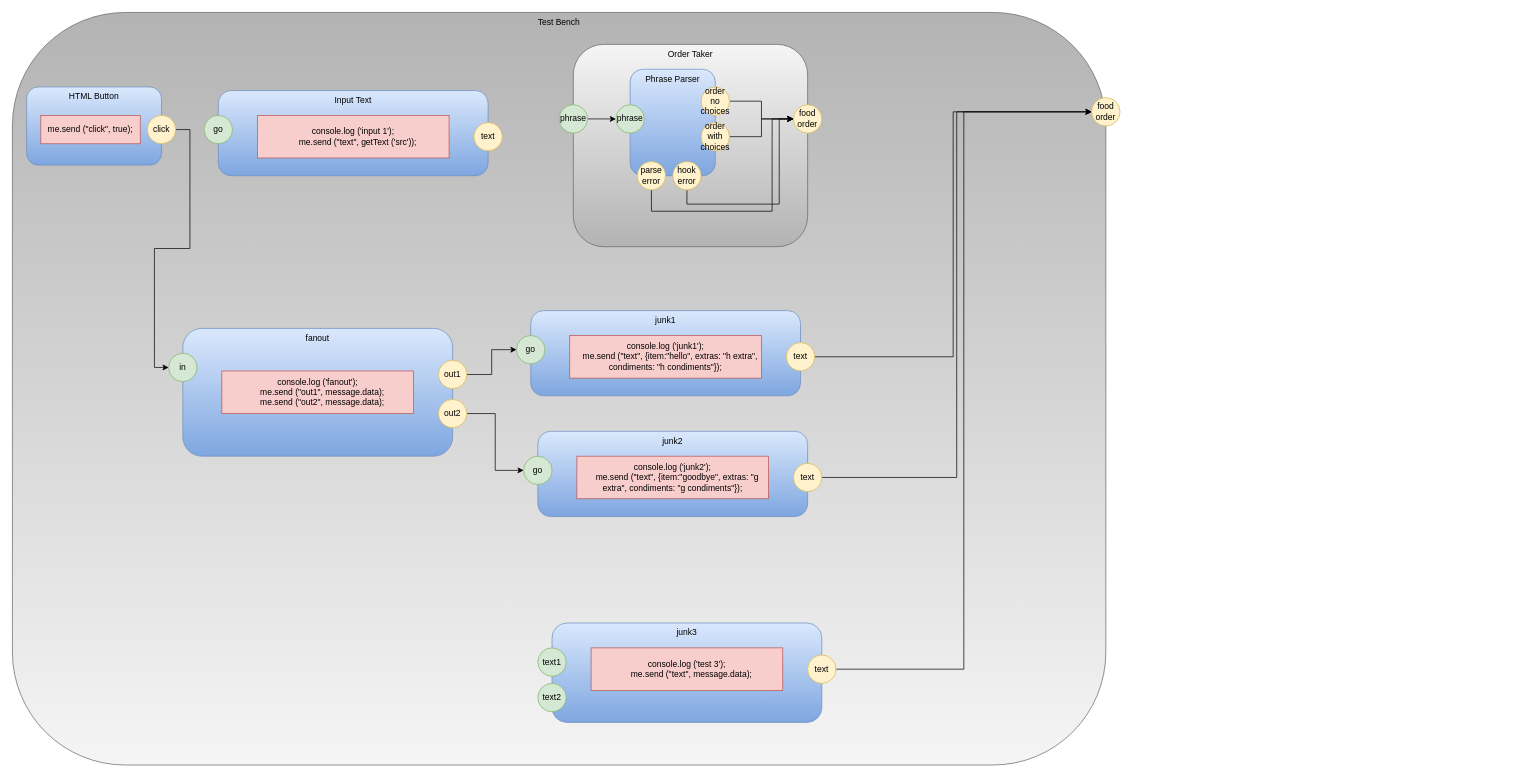
This is testbench.drawio from guitarvydas/hamburgerworkbenchD0D, a draw.io file, before an edit. Source tidied: cells renumbered, new cells numbered last; positions are measured from the earlier drawing's top-left corner, leaving out a move shared by most shapes. Both pictures are drawn from the tidied source at 71%, with x=0, y=0 at pixel (12, 12).
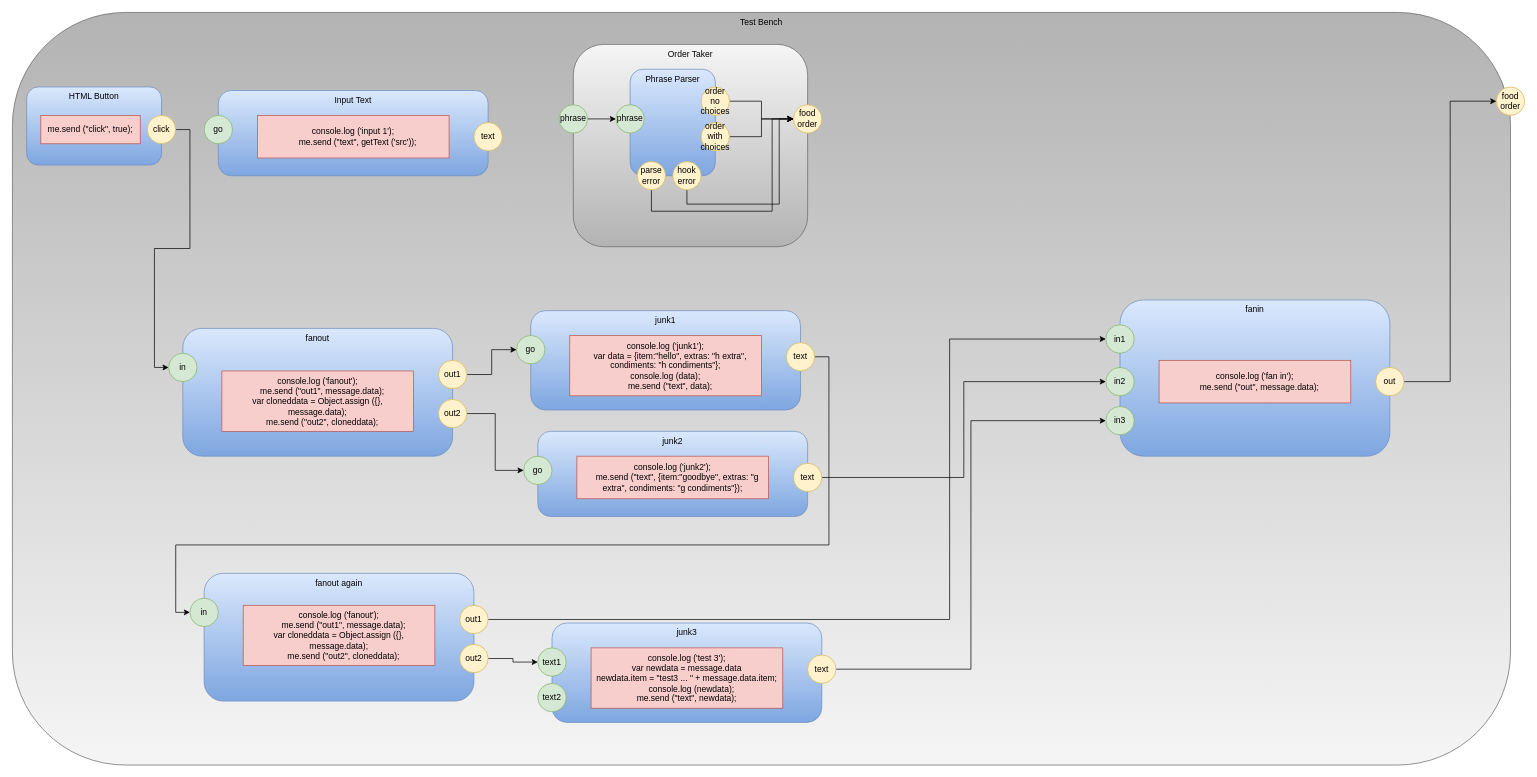
Above is the later version.

Commit message (it also covers changes not shown here):
fanin part x3

Unchanged cells that the change refers to:
```xml
<mxCell id="28" value="text" style="ellipse;whiteSpace=wrap;html=1;fillColor=#fff2cc;strokeColor=#d6b656;" parent="1" vertex="1">
  <mxGeometry x="1090" y="465" width="40" height="40" as="geometry" />
</mxCell>
<mxCell id="33" value="text" style="ellipse;whiteSpace=wrap;html=1;fillColor=#fff2cc;strokeColor=#d6b656;" parent="1" vertex="1">
  <mxGeometry x="1100" y="635" width="40" height="40" as="geometry" />
</mxCell>
<mxCell id="38" value="text" style="ellipse;whiteSpace=wrap;html=1;fillColor=#fff2cc;strokeColor=#d6b656;" parent="1" vertex="1">
  <mxGeometry x="1120" y="905" width="40" height="40" as="geometry" />
</mxCell>
<mxCell id="39" value="text1" style="ellipse;whiteSpace=wrap;html=1;fillColor=#d5e8d4;strokeColor=#82b366;" parent="1" vertex="1">
  <mxGeometry x="740" y="895" width="40" height="40" as="geometry" />
</mxCell>
```

Diff of the diagram source:
```diff
@@
     <mxCell id="2" value="Test Bench" style="rounded=1;whiteSpace=wrap;html=1;horizontal=1;verticalAlign=top;gradientColor=#b3b3b3;fillColor=#f5f5f5;strokeColor=#666666;gradientDirection=north;" parent="1" vertex="1">
-      <mxGeometry width="1540" height="1060" as="geometry" />
+      <mxGeometry width="2110" height="1060" as="geometry" />
     </mxCell>
@@
     <mxCell id="13" value="food order" style="ellipse;whiteSpace=wrap;html=1;fillColor=#fff2cc;strokeColor=#d6b656;" parent="1" vertex="1">
-      <mxGeometry x="1520" y="120" width="40" height="40" as="geometry" />
+      <mxGeometry x="2090" y="105" width="40" height="40" as="geometry" />
     </mxCell>
@@
     <mxCell id="26" value="junk1" style="rounded=1;whiteSpace=wrap;html=1;fillColor=#dae8fc;strokeColor=#6c8ebf;gradientColor=#7ea6e0;verticalAlign=top;" parent="1" vertex="1">
-      <mxGeometry x="730" y="420" width="380" height="120" as="geometry" />
+      <mxGeometry x="730" y="420" width="380" height="140" as="geometry" />
     </mxCell>
-    <mxCell id="27" style="edgeStyle=orthogonalEdgeStyle;rounded=0;jettySize=auto;html=1;exitX=1;exitY=0.5;exitDx=0;exitDy=0;entryX=0;entryY=0.5;entryDx=0;entryDy=0;" parent="1" edge="1" source="28" target="13">
-      <mxGeometry relative="1" as="geometry" />
-    </mxCell>
+    <mxCell id="49" style="edgeStyle=orthogonalEdgeStyle;rounded=0;jettySize=auto;html=1;exitX=1;exitY=0.5;exitDx=0;exitDy=0;entryX=0;entryY=0.5;entryDx=0;entryDy=0;" parent="1" edge="1" source="28" target="55">
+      <mxGeometry relative="1" as="geometry">
+        <Array as="points">
+          <mxPoint x="1150" y="485" />
+          <mxPoint x="1150" y="750" />
+          <mxPoint x="230" y="750" />
+          <mxPoint x="230" y="845" />
+        </Array>
+      </mxGeometry>
+    </mxCell>
@@
-    <mxCell id="30" value="&lt;div&gt;console.log ('junk1');&lt;/div&gt;&lt;div&gt;&amp;nbsp; &amp;nbsp; me.send (&quot;text&quot;, {item:&quot;hello&quot;, extras: &quot;h extra&quot;, condiments: &quot;h condiments&quot;});&lt;/div&gt;" style="rounded=0;whiteSpace=wrap;html=1;fillColor=#f8cecc;strokeColor=#b85450;" parent="1" vertex="1">
-      <mxGeometry x="785" y="455" width="270" height="60" as="geometry" />
+    <mxCell id="30" value="&lt;div&gt;console.log ('junk1');&lt;/div&gt;&lt;div&gt;&amp;nbsp; &amp;nbsp; var data = {item:&quot;hello&quot;, extras: &quot;h extra&quot;, condiments: &quot;h condiments&quot;};&lt;br&gt;&lt;/div&gt;&lt;div&gt;console.log (data);&lt;/div&gt;&amp;nbsp; &amp;nbsp; me.send (&quot;text&quot;, data);" style="rounded=0;whiteSpace=wrap;html=1;fillColor=#f8cecc;strokeColor=#b85450;" parent="1" vertex="1">
+      <mxGeometry x="785" y="455" width="270" height="85" as="geometry" />
     </mxCell>
@@
-    <mxCell id="32" style="edgeStyle=orthogonalEdgeStyle;rounded=0;jettySize=auto;html=1;exitX=1;exitY=0.5;exitDx=0;exitDy=0;entryX=0;entryY=0.5;entryDx=0;entryDy=0;" parent="1" edge="1" source="33" target="13">
-      <mxGeometry relative="1" as="geometry" />
-    </mxCell>
+    <mxCell id="50" style="edgeStyle=orthogonalEdgeStyle;rounded=0;jettySize=auto;html=1;exitX=1;exitY=0.5;exitDx=0;exitDy=0;entryX=0;entryY=0.5;entryDx=0;entryDy=0;" parent="1" edge="1" source="33" target="63">
+      <mxGeometry relative="1" as="geometry" />
+    </mxCell>
@@
-    <mxCell id="37" style="edgeStyle=orthogonalEdgeStyle;rounded=0;jettySize=auto;html=1;exitX=1;exitY=0.5;exitDx=0;exitDy=0;entryX=0;entryY=0.5;entryDx=0;entryDy=0;" parent="1" edge="1" source="38" target="13">
-      <mxGeometry relative="1" as="geometry" />
-    </mxCell>
+    <mxCell id="51" style="edgeStyle=orthogonalEdgeStyle;rounded=0;jettySize=auto;html=1;exitX=1;exitY=0.5;exitDx=0;exitDy=0;entryX=0;entryY=0.5;entryDx=0;entryDy=0;" parent="1" edge="1" source="38" target="64">
+      <mxGeometry relative="1" as="geometry" />
+    </mxCell>
@@
-    <mxCell id="40" value="&lt;div&gt;console.log ('test 3');&lt;/div&gt;&lt;div&gt;&amp;nbsp; &amp;nbsp; me.send (&quot;text&quot;, message.data);&lt;/div&gt;" style="rounded=0;whiteSpace=wrap;html=1;fillColor=#f8cecc;strokeColor=#b85450;" parent="1" vertex="1">
-      <mxGeometry x="815" y="895" width="270" height="60" as="geometry" />
+    <mxCell id="40" value="&lt;div&gt;console.log ('test 3');&lt;/div&gt;&lt;div&gt;var newdata = message.data&lt;/div&gt;&lt;div&gt;newdata.item = &quot;test3 ... &quot; + message.data.item;&lt;/div&gt;&lt;div&gt;&amp;nbsp; &amp;nbsp; console.log (newdata);&lt;/div&gt;&lt;div&gt;me.send (&quot;text&quot;, newdata);&lt;/div&gt;" style="rounded=0;whiteSpace=wrap;html=1;fillColor=#f8cecc;strokeColor=#b85450;" parent="1" vertex="1">
+      <mxGeometry x="815" y="895" width="270" height="85" as="geometry" />
     </mxCell>
@@
-    <mxCell id="46" value="&lt;div&gt;console.log ('fanout');&lt;/div&gt;&lt;div&gt;&amp;nbsp; &amp;nbsp; me.send (&quot;out1&quot;, message.data);&lt;br&gt;&lt;/div&gt;&lt;div&gt;&amp;nbsp; &amp;nbsp; me.send (&quot;out2&quot;, message.data);&lt;br&gt;&lt;/div&gt;" style="rounded=0;whiteSpace=wrap;html=1;fillColor=#f8cecc;strokeColor=#b85450;" parent="1" vertex="1">
-      <mxGeometry x="295" y="505" width="270" height="60" as="geometry" />
+    <mxCell id="46" value="&lt;div&gt;console.log ('fanout');&lt;/div&gt;&lt;div&gt;&amp;nbsp; &amp;nbsp; me.send (&quot;out1&quot;, message.data);&lt;br&gt;&lt;/div&gt;&lt;div&gt;var cloneddata = Object.assign ({}, message.data);&lt;/div&gt;&lt;div&gt;&amp;nbsp; &amp;nbsp; me.send (&quot;out2&quot;, cloneddata);&lt;br&gt;&lt;/div&gt;" style="rounded=0;whiteSpace=wrap;html=1;fillColor=#f8cecc;strokeColor=#b85450;" parent="1" vertex="1">
+      <mxGeometry x="295" y="505" width="270" height="85" as="geometry" />
     </mxCell>
@@
+    <mxCell id="52" value="fanout again" style="rounded=1;whiteSpace=wrap;html=1;fillColor=#dae8fc;strokeColor=#6c8ebf;gradientColor=#7ea6e0;verticalAlign=top;" parent="1" vertex="1">
+      <mxGeometry x="270" y="790" width="380" height="180" as="geometry" />
+    </mxCell>
+    <mxCell id="53" style="edgeStyle=orthogonalEdgeStyle;rounded=0;jettySize=auto;html=1;exitX=1;exitY=0.5;exitDx=0;exitDy=0;entryX=0;entryY=0.5;entryDx=0;entryDy=0;" parent="1" edge="1" source="54" target="61">
+      <mxGeometry relative="1" as="geometry">
+        <Array as="points">
+          <mxPoint x="1320" y="855" />
+          <mxPoint x="1320" y="460" />
+        </Array>
+      </mxGeometry>
+    </mxCell>
+    <mxCell id="54" value="out1" style="ellipse;whiteSpace=wrap;html=1;fillColor=#fff2cc;strokeColor=#d6b656;" parent="1" vertex="1">
+      <mxGeometry x="630" y="835" width="40" height="40" as="geometry" />
+    </mxCell>
+    <mxCell id="55" value="in" style="ellipse;whiteSpace=wrap;html=1;fillColor=#d5e8d4;strokeColor=#82b366;" parent="1" vertex="1">
+      <mxGeometry x="250" y="825" width="40" height="40" as="geometry" />
+    </mxCell>
+    <mxCell id="56" style="edgeStyle=orthogonalEdgeStyle;rounded=0;jettySize=auto;html=1;exitX=1;exitY=0.5;exitDx=0;exitDy=0;entryX=0;entryY=0.5;entryDx=0;entryDy=0;" parent="1" edge="1" source="57" target="39">
+      <mxGeometry relative="1" as="geometry" />
+    </mxCell>
+    <mxCell id="57" value="out2" style="ellipse;whiteSpace=wrap;html=1;fillColor=#fff2cc;strokeColor=#d6b656;" parent="1" vertex="1">
+      <mxGeometry x="630" y="890" width="40" height="40" as="geometry" />
+    </mxCell>
+    <mxCell id="58" value="fanin" style="rounded=1;whiteSpace=wrap;html=1;fillColor=#dae8fc;strokeColor=#6c8ebf;gradientColor=#7ea6e0;verticalAlign=top;" parent="1" vertex="1">
+      <mxGeometry x="1560" y="405" width="380" height="220" as="geometry" />
+    </mxCell>
+    <mxCell id="59" style="edgeStyle=orthogonalEdgeStyle;rounded=0;jettySize=auto;html=1;exitX=1;exitY=0.5;exitDx=0;exitDy=0;entryX=0;entryY=0.5;entryDx=0;entryDy=0;" parent="1" edge="1" source="60" target="13">
+      <mxGeometry relative="1" as="geometry" />
+    </mxCell>
+    <mxCell id="60" value="out" style="ellipse;whiteSpace=wrap;html=1;fillColor=#fff2cc;strokeColor=#d6b656;" parent="1" vertex="1">
+      <mxGeometry x="1920" y="500" width="40" height="40" as="geometry" />
+    </mxCell>
+    <mxCell id="61" value="in1" style="ellipse;whiteSpace=wrap;html=1;fillColor=#d5e8d4;strokeColor=#82b366;" parent="1" vertex="1">
+      <mxGeometry x="1540" y="440" width="40" height="40" as="geometry" />
+    </mxCell>
+    <mxCell id="62" value="&lt;div&gt;console.log ('fan in');&lt;/div&gt;&lt;div&gt;&amp;nbsp; &amp;nbsp; me.send (&quot;out&quot;, message.data);&lt;/div&gt;" style="rounded=0;whiteSpace=wrap;html=1;fillColor=#f8cecc;strokeColor=#b85450;" parent="1" vertex="1">
+      <mxGeometry x="1615" y="490" width="270" height="60" as="geometry" />
+    </mxCell>
+    <mxCell id="63" value="in2" style="ellipse;whiteSpace=wrap;html=1;fillColor=#d5e8d4;strokeColor=#82b366;" parent="1" vertex="1">
+      <mxGeometry x="1540" y="500" width="40" height="40" as="geometry" />
+    </mxCell>
+    <mxCell id="64" value="in3" style="ellipse;whiteSpace=wrap;html=1;fillColor=#d5e8d4;strokeColor=#82b366;" parent="1" vertex="1">
+      <mxGeometry x="1540" y="555" width="40" height="40" as="geometry" />
+    </mxCell>
+    <mxCell id="65" value="&lt;div&gt;console.log ('fanout');&lt;/div&gt;&lt;div&gt;&amp;nbsp; &amp;nbsp; me.send (&quot;out1&quot;, message.data);&lt;br&gt;&lt;/div&gt;&lt;div&gt;var cloneddata = Object.assign ({}, message.data);&lt;/div&gt;&lt;div&gt;&amp;nbsp; &amp;nbsp; me.send (&quot;out2&quot;, cloneddata);&lt;br&gt;&lt;/div&gt;" style="rounded=0;whiteSpace=wrap;html=1;fillColor=#f8cecc;strokeColor=#b85450;" parent="1" vertex="1">
+      <mxGeometry x="325" y="835" width="270" height="85" as="geometry" />
+    </mxCell>
```
